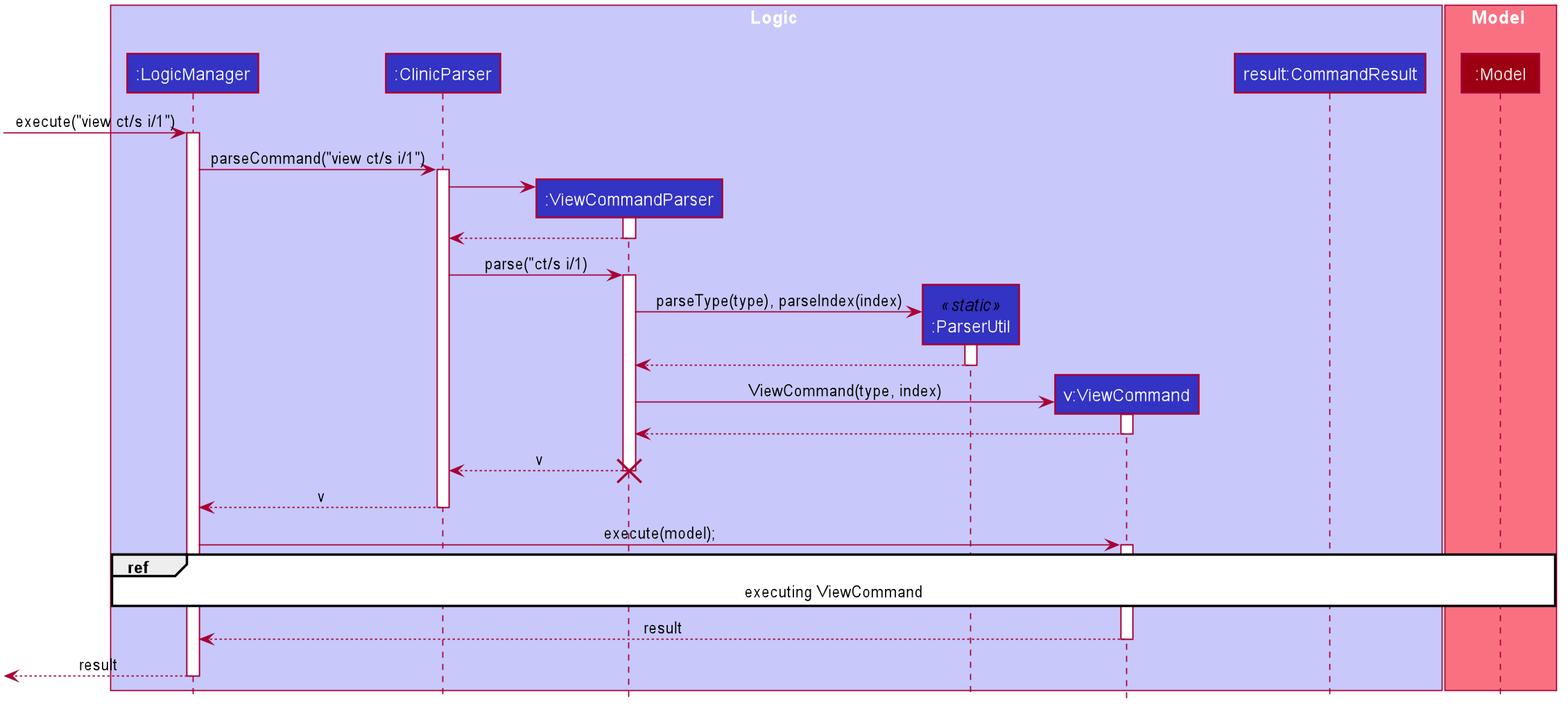
Earlier version of the PlantUML export docs/images/ViewCommandSequenceDiagram.png (tohyuting/tp).
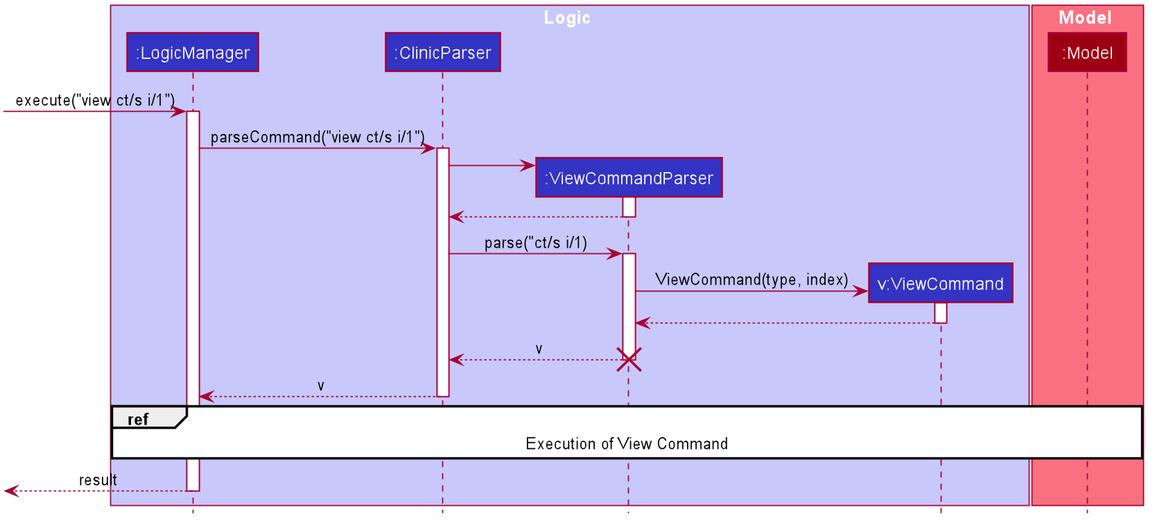
After the commit.

What changed in the source:
```diff
@@ -52,9 +52,7 @@
 participant ":LogicManager" as LogicManager #3333C4
 participant ":ClinicParser" as ClinicParser #3333C4
 participant ":ViewCommandParser" as ViewCommandParser #3333C4
-participant ":ParserUtil" as ParserUtil <<static>> #3333C4
 participant "v:ViewCommand" as ViewCommand #3333C4
-participant "result:CommandResult" as CommandResult #3333C4
 end box
 
 box Model #F97181
@@ -75,12 +73,6 @@
 ClinicParser -> ViewCommandParser : parse("ct/s i/1)
 activate ViewCommandParser
 
-create ParserUtil
-ViewCommandParser -> ParserUtil : parseType(type), parseIndex(index)
-activate ParserUtil
-ParserUtil --> ViewCommandParser
-deactivate ParserUtil
-
 create ViewCommand
 ViewCommandParser -> ViewCommand : ViewCommand(type, index)
 activate ViewCommand
@@ -92,15 +84,11 @@
 ClinicParser --> LogicManager : v
 deactivate ClinicParser
 
-LogicManager -> ViewCommand : execute(model);
-activate ViewCommand
-
-ref over ViewCommand, CommandResult, Model, LogicManager
-    executing ViewCommand
+ref over ViewCommand, Model, LogicManager
+    Execution of View Command
 end ref
 
-ViewCommand --> LogicManager : result
-deactivate ViewCommand
+
 [<--LogicManager : result
 deactivate LogicManager
 
```
